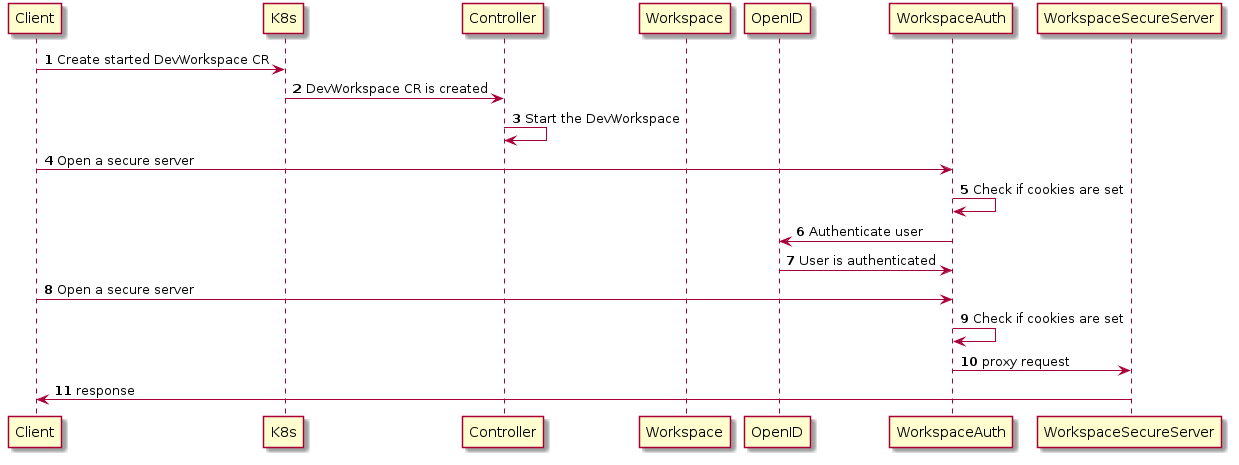
This is authentication-schemas/openid-next.png from devfile/devworkspace-operator, a PlantUML export, as it was before one commit.
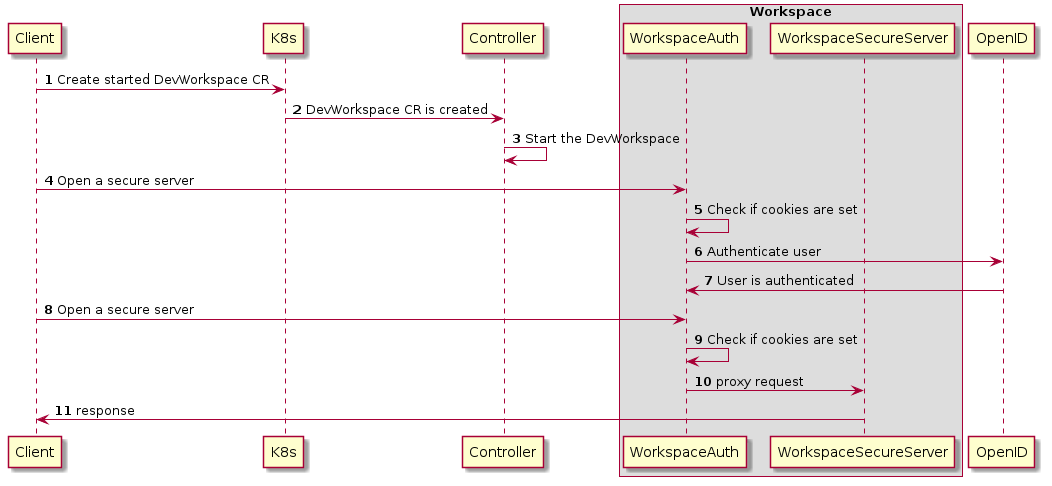
The same file after the commit.

Commit message:
Fix openid participants

Diff of the diagram source:
```diff
@@ -3,7 +3,12 @@
 participant Client
 participant K8s
 participant Controller
-participant Workspace
+
+box Workspace
+participant WorkspaceAuth
+participant WorkspaceSecureServer
+end box
+
 participant OpenID
 
 autonumber
```
